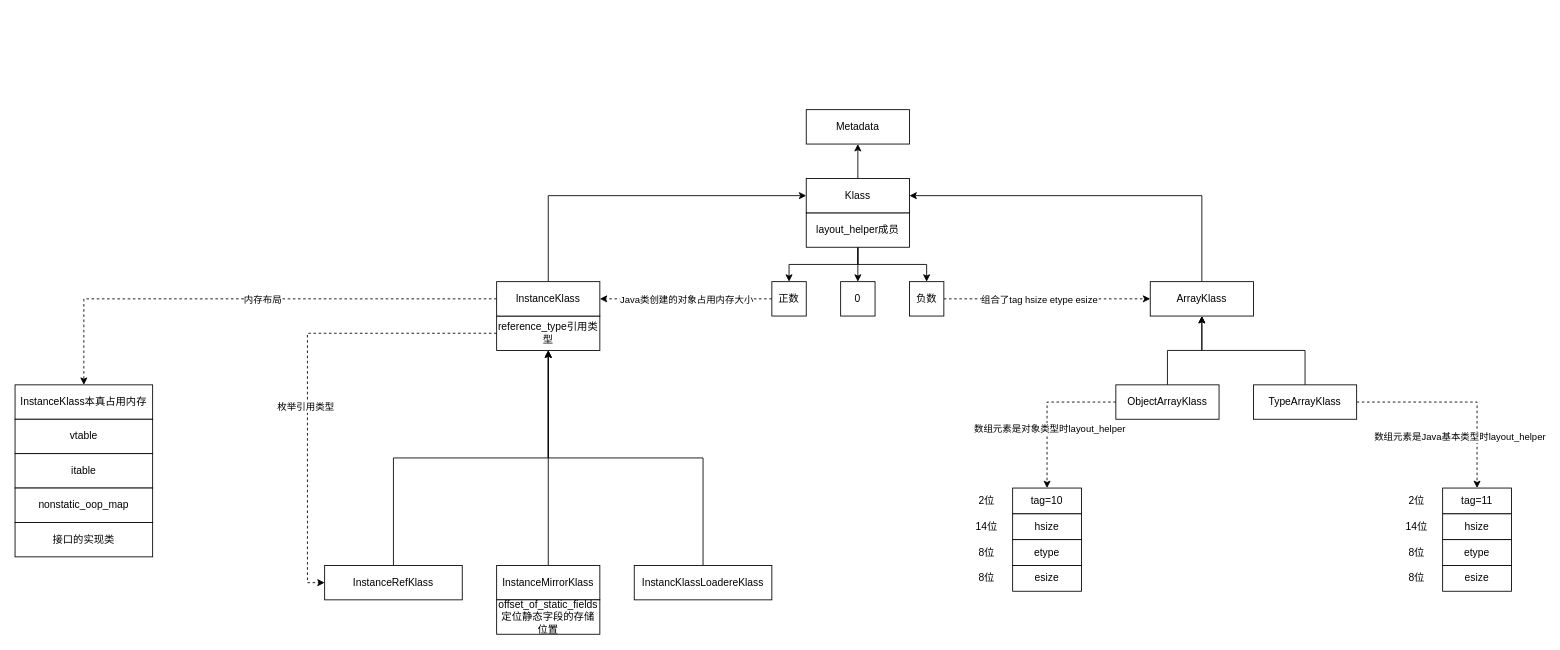
The draw.io diagram my_docs/JVM/openjdk_jvm.drawio in Bannirui/Bannirui.github.io, before the edit. Source tidied: cells renumbered, new cells numbered last; positions are measured from the earlier drawing's top-left corner, leaving out a move shared by most shapes. Both pictures are drawn from the tidied source at 86%, with x=0, y=0 at pixel (15, 109).
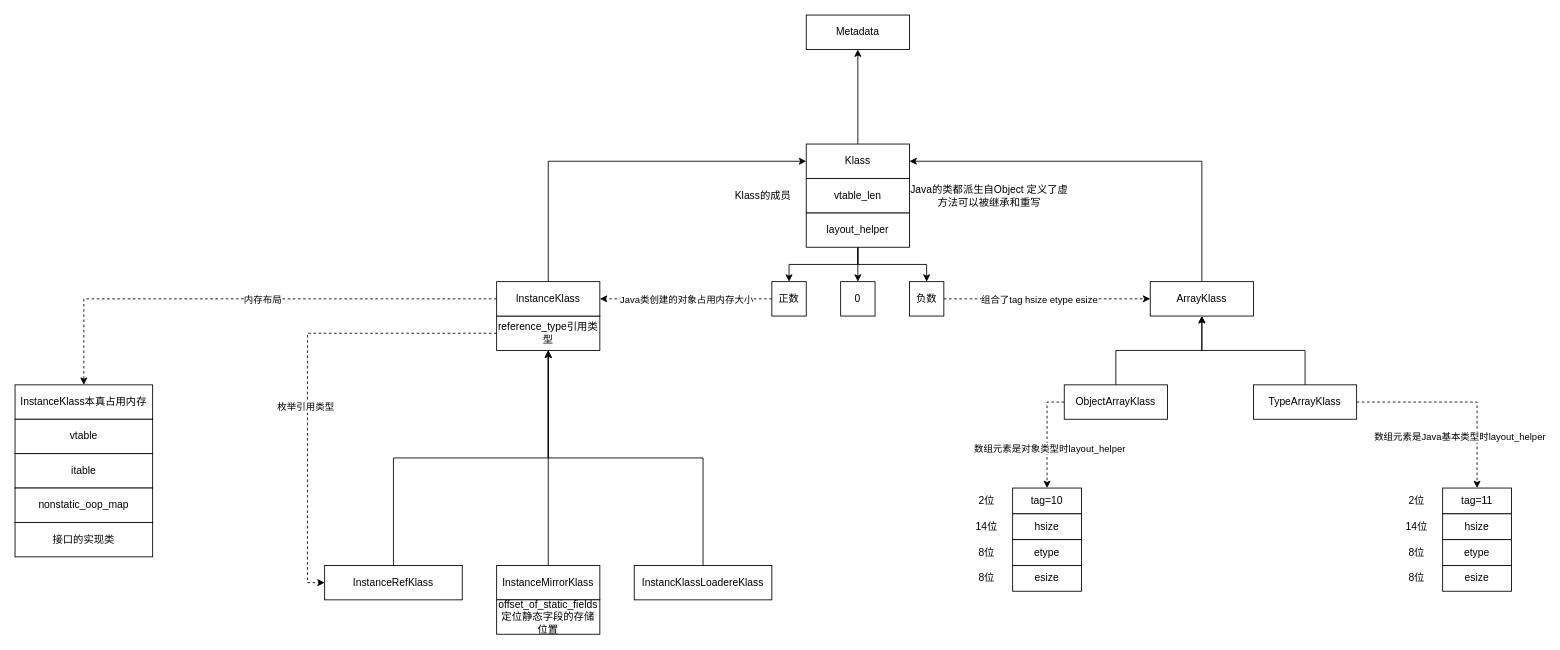
After the change.

Diff of the diagram source:
```diff
@@
-    <mxCell id="5" value="layout_helper成员" style="rounded=0;whiteSpace=wrap;html=1;" parent="1" vertex="1">
+    <mxCell id="5" value="layout_helper" style="rounded=0;whiteSpace=wrap;html=1;" parent="1" vertex="1">
       <mxGeometry x="920" y="120" width="120" height="40" as="geometry" />
     </mxCell>
@@
     <mxCell id="13" value="Metadata" style="rounded=0;whiteSpace=wrap;html=1;" parent="1" vertex="1">
-      <mxGeometry x="920" width="120" height="40" as="geometry" />
+      <mxGeometry x="920" y="-110" width="120" height="40" as="geometry" />
     </mxCell>
@@
     <mxCell id="23" value="ObjectArrayKlass" style="rounded=0;whiteSpace=wrap;html=1;" parent="1" vertex="1">
-      <mxGeometry x="1280" y="320" width="120" height="40" as="geometry" />
+      <mxGeometry x="1220" y="320" width="120" height="40" as="geometry" />
     </mxCell>
@@
     <mxCell id="37" value="Klass" style="rounded=0;whiteSpace=wrap;html=1;" parent="1" vertex="1">
-      <mxGeometry x="920" y="80" width="120" height="40" as="geometry" />
+      <mxGeometry x="920" y="40" width="120" height="40" as="geometry" />
     </mxCell>
@@
+    <mxCell id="61" value="vtable_len" style="rounded=0;whiteSpace=wrap;html=1;" parent="1" vertex="1">
+      <mxGeometry x="920" y="80" width="120" height="40" as="geometry" />
+    </mxCell>
+    <mxCell id="62" value="Klass的成员" style="text;html=1;whiteSpace=wrap;strokeColor=none;fillColor=none;align=center;verticalAlign=middle;rounded=0;" parent="1" vertex="1">
+      <mxGeometry x="830" y="85" width="80" height="30" as="geometry" />
+    </mxCell>
+    <mxCell id="63" value="Java的类都派生自Object 定义了虚方法可以被继承和重写" style="text;html=1;whiteSpace=wrap;strokeColor=none;fillColor=none;align=center;verticalAlign=middle;rounded=0;" parent="1" vertex="1">
+      <mxGeometry x="1040" y="85" width="186" height="30" as="geometry" />
+    </mxCell>
```
